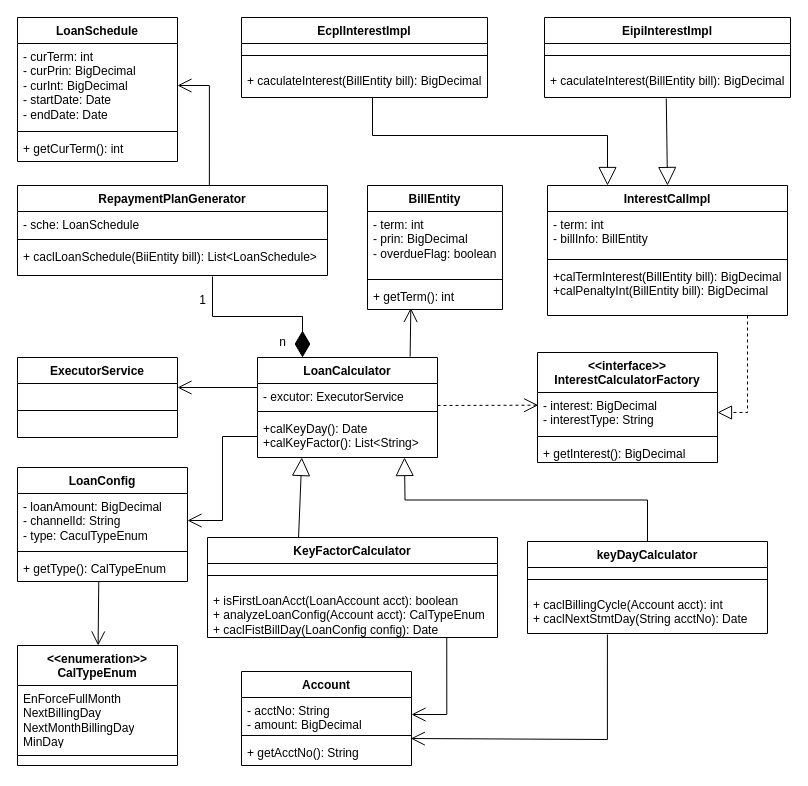
wuxiao-web/graduationThesis keeps this draw.io diagram as 借款试算类图.drawio. Above is the earlier version. Source tidied: cells renumbered, new cells numbered last; positions are measured from the earlier drawing's top-left corner, leaving out a move shared by most shapes. Both pictures are drawn from the tidied source at 100%, with x=0, y=0 at pixel (17, 17).
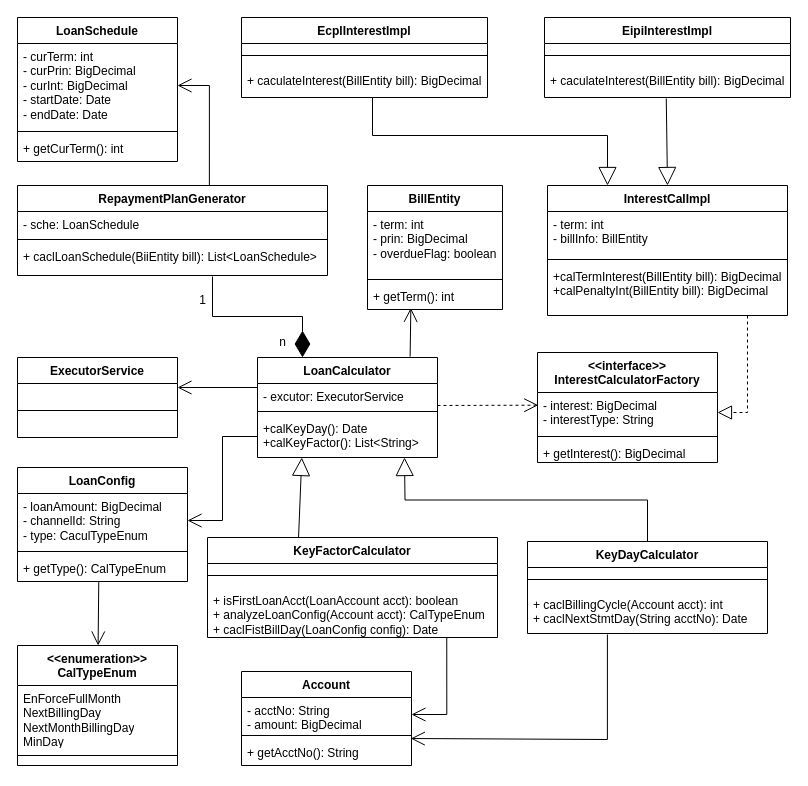
After the change.

Commit message:
更新借款试算类图.drawio

What changed in the source:
```diff
@@
-    <mxCell id="22" value="keyDayCalculator" style="swimlane;fontStyle=1;align=center;verticalAlign=top;horizontal=1;startSize=26;whiteSpace=wrap;html=1;" parent="1" vertex="1">
+    <mxCell id="22" value="KeyDayCalculator" style="swimlane;fontStyle=1;align=center;verticalAlign=top;horizontal=1;startSize=26;whiteSpace=wrap;html=1;" parent="1" vertex="1">
       <mxGeometry x="510" y="524" width="240" height="92" as="geometry" />
     </mxCell>
```
